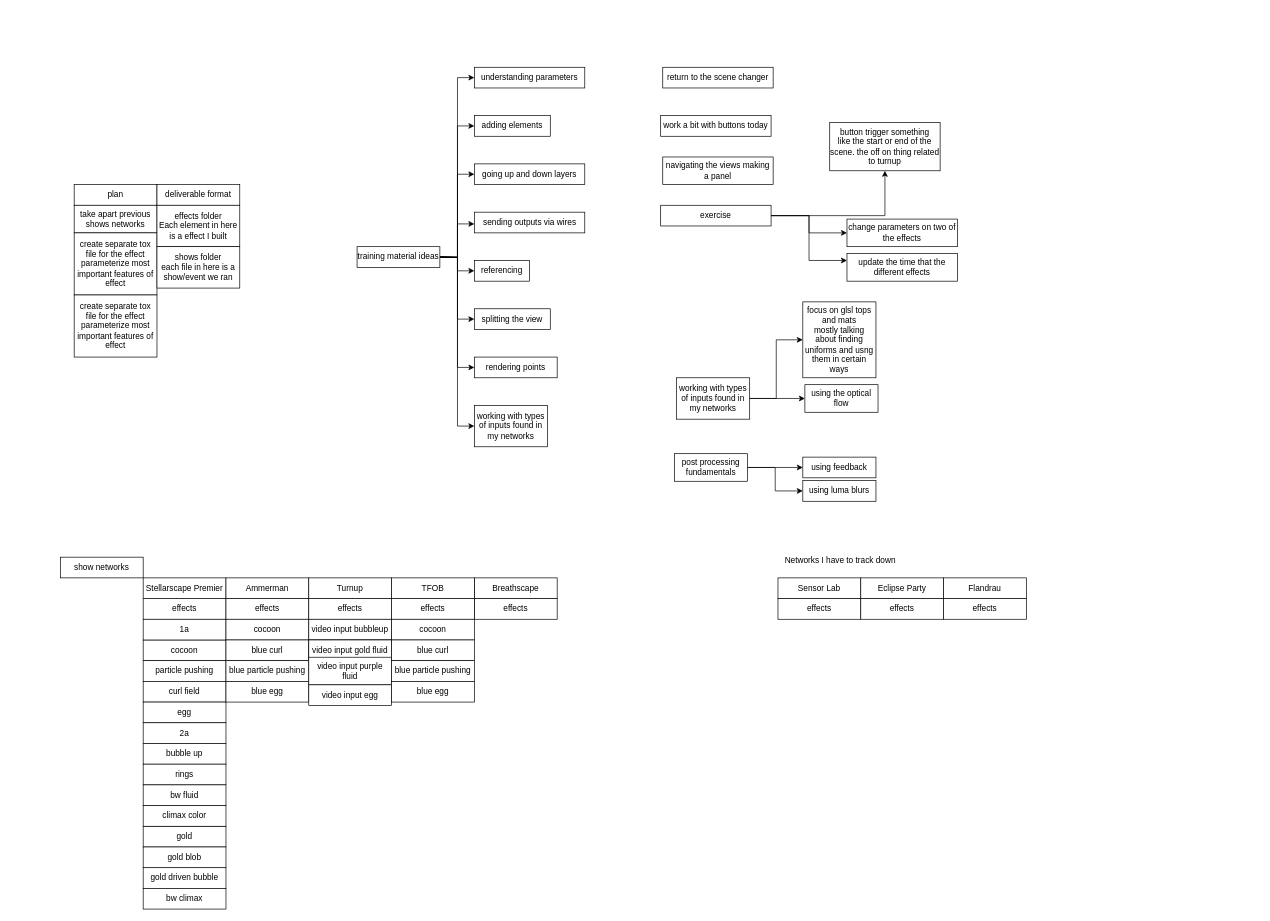
This is diagrams/TD_transition_outputs.drawio from DevinBayly/diagrams-net, a draw.io file, before an edit. Source tidied: cells renumbered, new cells numbered last; positions are measured from the earlier drawing's top-left corner, leaving out a move shared by most shapes. Both pictures are drawn from the tidied source at 69%, with x=0, y=0 at pixel (12, 67).
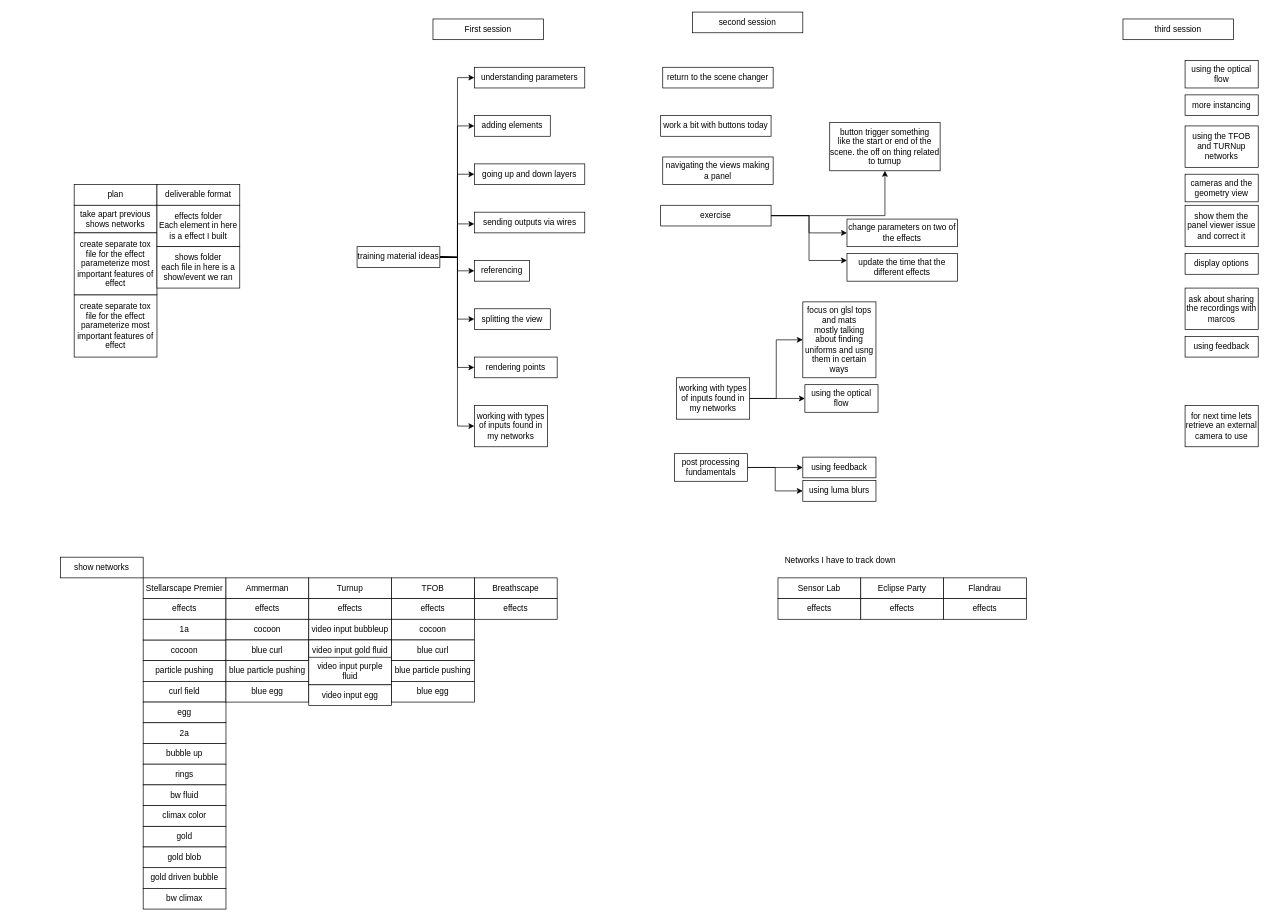
After the change.

Commit message:
adding material for third session

Change to the diagram source:
```diff
@@
+    <mxCell id="92" value="First session" style="rounded=0;whiteSpace=wrap;html=1;fixedWidth=1;fontFamily=Helvetica;fontSize=12;fontColor=default;align=center;strokeColor=default;fillColor=none;gradientColor=none;" parent="1" vertex="1">
+      <mxGeometry x="610" y="-70" width="160" height="30" as="geometry" />
+    </mxCell>
+    <mxCell id="93" value="second session" style="rounded=0;whiteSpace=wrap;html=1;fixedWidth=1;fontFamily=Helvetica;fontSize=12;fontColor=default;align=center;strokeColor=default;fillColor=none;gradientColor=none;" parent="1" vertex="1">
+      <mxGeometry x="986" y="-80" width="160" height="30" as="geometry" />
+    </mxCell>
+    <mxCell id="94" value="third session" style="rounded=0;whiteSpace=wrap;html=1;fixedWidth=1;fontFamily=Helvetica;fontSize=12;fontColor=default;align=center;strokeColor=default;fillColor=none;gradientColor=none;" parent="1" vertex="1">
+      <mxGeometry x="1610" y="-70" width="160" height="30" as="geometry" />
+    </mxCell>
+    <mxCell id="95" value="using the optical flow" style="rounded=0;whiteSpace=wrap;html=1;fixedWidth=1;fontFamily=Helvetica;fontSize=12;fontColor=default;align=center;strokeColor=default;fillColor=none;gradientColor=none;" parent="1" vertex="1">
+      <mxGeometry x="1700" y="-10" width="106" height="40" as="geometry" />
+    </mxCell>
+    <mxCell id="96" value="more instancing" style="rounded=0;whiteSpace=wrap;html=1;fixedWidth=1;fontFamily=Helvetica;fontSize=12;fontColor=default;align=center;strokeColor=default;fillColor=none;gradientColor=none;" parent="1" vertex="1">
+      <mxGeometry x="1700" y="40" width="106" height="30" as="geometry" />
+    </mxCell>
+    <mxCell id="97" value="using the TFOB and TURNup networks" style="rounded=0;whiteSpace=wrap;html=1;fixedWidth=1;fontFamily=Helvetica;fontSize=12;fontColor=default;align=center;strokeColor=default;fillColor=none;gradientColor=none;" parent="1" vertex="1">
+      <mxGeometry x="1700" y="85" width="106" height="60" as="geometry" />
+    </mxCell>
+    <mxCell id="98" value="cameras and the geometry view" style="rounded=0;whiteSpace=wrap;html=1;fixedWidth=1;fontFamily=Helvetica;fontSize=12;fontColor=default;align=center;strokeColor=default;fillColor=none;gradientColor=none;" parent="1" vertex="1">
+      <mxGeometry x="1700" y="155" width="106" height="40" as="geometry" />
+    </mxCell>
+    <mxCell id="99" value="show them the panel viewer issue and correct it" style="rounded=0;whiteSpace=wrap;html=1;fixedWidth=1;fontFamily=Helvetica;fontSize=12;fontColor=default;align=center;strokeColor=default;fillColor=none;gradientColor=none;" parent="1" vertex="1">
+      <mxGeometry x="1700" y="200" width="106" height="60" as="geometry" />
+    </mxCell>
+    <mxCell id="100" value="display options" style="rounded=0;whiteSpace=wrap;html=1;fixedWidth=1;fontFamily=Helvetica;fontSize=12;fontColor=default;align=center;strokeColor=default;fillColor=none;gradientColor=none;" parent="1" vertex="1">
+      <mxGeometry x="1700" y="270" width="106" height="30" as="geometry" />
+    </mxCell>
+    <mxCell id="101" value="ask about sharing the recordings with marcos" style="rounded=0;whiteSpace=wrap;html=1;fixedWidth=1;fontFamily=Helvetica;fontSize=12;fontColor=default;align=center;strokeColor=default;fillColor=none;gradientColor=none;" parent="1" vertex="1">
+      <mxGeometry x="1700" y="320" width="106" height="60" as="geometry" />
+    </mxCell>
+    <mxCell id="102" value="&lt;div&gt;using feedback&lt;/div&gt;" style="rounded=0;whiteSpace=wrap;html=1;fixedWidth=1;fontFamily=Helvetica;fontSize=12;fontColor=default;align=center;strokeColor=default;fillColor=none;gradientColor=none;" parent="1" vertex="1">
+      <mxGeometry x="1700" y="390" width="106" height="30" as="geometry" />
+    </mxCell>
+    <mxCell id="103" value="for next time lets retrieve an external camera to use" style="rounded=0;whiteSpace=wrap;html=1;fixedWidth=1;fontFamily=Helvetica;fontSize=12;fontColor=default;align=center;strokeColor=default;fillColor=none;gradientColor=none;" parent="1" vertex="1">
+      <mxGeometry x="1700" y="490" width="106" height="60" as="geometry" />
+    </mxCell>
```
